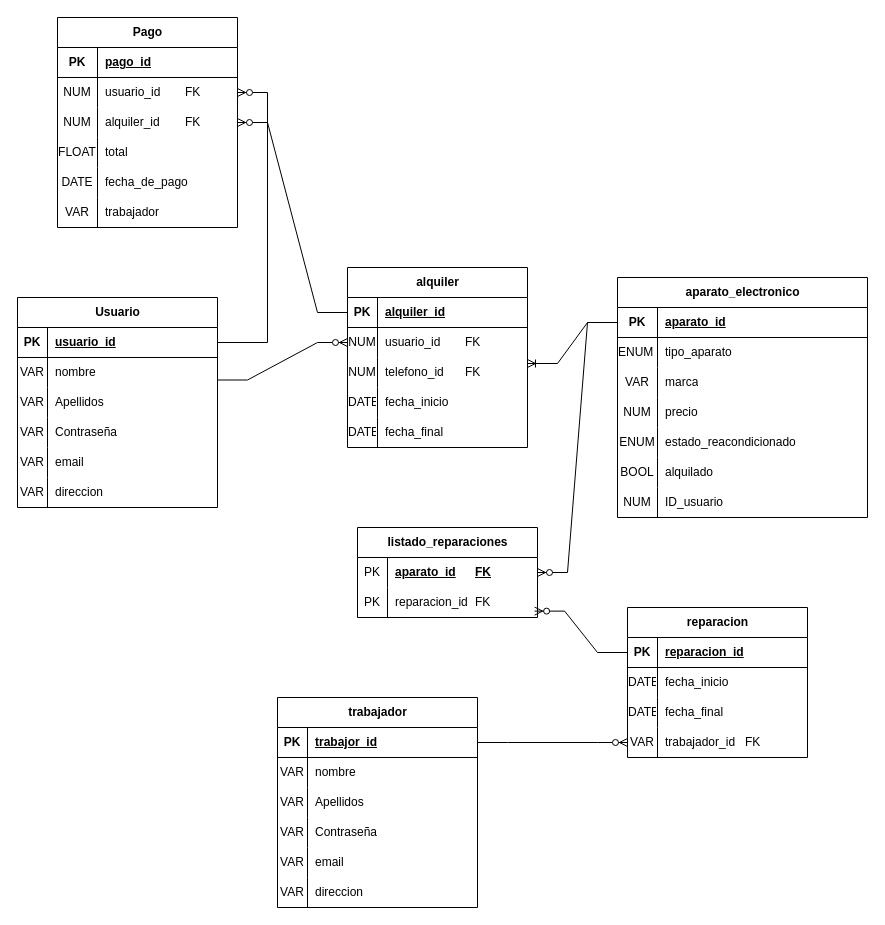
Before: datos/dale_otra_vida.drawio in Korrinton/dale_otra_vida, a draw.io diagram. Source tidied: cells renumbered, new cells numbered last; positions are measured from the earlier drawing's top-left corner, leaving out a move shared by most shapes. Both pictures are drawn from the tidied source at 100%, with x=0, y=0 at pixel (17, 17).
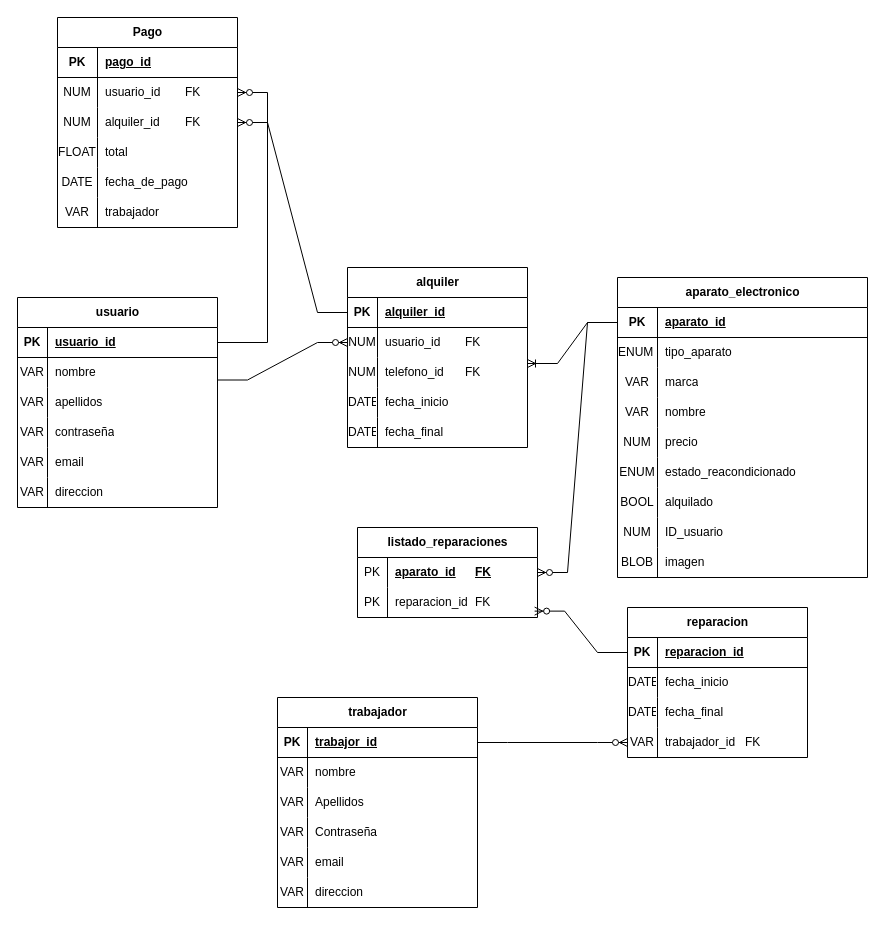
The same page after the edit.

The change refers to these unchanged cells:
```xml
<mxCell id="9" style="shape=tableRow;horizontal=0;startSize=0;swimlaneHead=0;swimlaneBody=0;fillColor=none;top=0;left=0;right=0;bottom=0;" parent="2" vertex="1">
  <mxGeometry y="90" width="200" height="30" as="geometry" />
</mxCell>
<mxCell id="12" style="shape=tableRow;horizontal=0;startSize=0;swimlaneHead=0;swimlaneBody=0;fillColor=none;top=0;left=0;right=0;bottom=0;" parent="2" vertex="1">
  <mxGeometry y="120" width="200" height="30" as="geometry" />
</mxCell>
```

The edit, as a diff of the source:
```diff
@@
-    <mxCell id="2" value="Usuario" style="shape=table;startSize=30;childLayout=tableLayout;rowLines=0;fontStyle=1;align=center;html=1;" parent="1" vertex="1">
+    <mxCell id="2" value="usuario" style="shape=table;startSize=30;childLayout=tableLayout;rowLines=0;fontStyle=1;align=center;html=1;" parent="1" vertex="1">
       <mxGeometry y="280" width="200" height="210" as="geometry" />
     </mxCell>
@@
-    <mxCell id="11" value="Apellidos" style="shape=partialRectangle;fillColor=none;top=0;left=0;bottom=0;right=0;align=left;spacingLeft=6;overflow=hidden;whiteSpace=wrap;html=1;" parent="9" vertex="1">
+    <mxCell id="11" value="apellidos" style="shape=partialRectangle;fillColor=none;top=0;left=0;bottom=0;right=0;align=left;spacingLeft=6;overflow=hidden;whiteSpace=wrap;html=1;" parent="9" vertex="1">
       <mxGeometry x="30" width="170" height="30" as="geometry" />
     </mxCell>
@@
-    <mxCell id="14" value="Contraseña" style="shape=partialRectangle;fillColor=none;top=0;left=0;bottom=0;right=0;align=left;spacingLeft=6;overflow=hidden;whiteSpace=wrap;html=1;" parent="12" vertex="1">
+    <mxCell id="14" value="contraseña" style="shape=partialRectangle;fillColor=none;top=0;left=0;bottom=0;right=0;align=left;spacingLeft=6;overflow=hidden;whiteSpace=wrap;html=1;" parent="12" vertex="1">
       <mxGeometry x="30" width="170" height="30" as="geometry" />
     </mxCell>
@@
     <mxCell id="21" value="aparato_electronico" style="shape=table;startSize=30;childLayout=tableLayout;rowLines=0;fontStyle=1;align=center;html=1;" parent="1" vertex="1">
-      <mxGeometry x="600" y="260" width="250" height="240" as="geometry" />
+      <mxGeometry x="600" y="260" width="250" height="300" as="geometry" />
     </mxCell>
@@
+    <mxCell id="124" style="shape=tableRow;horizontal=0;startSize=0;swimlaneHead=0;swimlaneBody=0;fillColor=none;top=0;left=0;right=0;bottom=0;" parent="21" vertex="1">
+      <mxGeometry y="120" width="250" height="30" as="geometry" />
+    </mxCell>
+    <mxCell id="125" value="VAR" style="shape=partialRectangle;fillColor=none;top=0;left=0;bottom=0;right=0;overflow=hidden;whiteSpace=wrap;html=1;" parent="124" vertex="1">
+      <mxGeometry width="40" height="30" as="geometry" />
+    </mxCell>
+    <mxCell id="126" value="nombre" style="shape=partialRectangle;fillColor=none;top=0;left=0;bottom=0;right=0;align=left;spacingLeft=6;overflow=hidden;whiteSpace=wrap;html=1;" parent="124" vertex="1">
+      <mxGeometry x="40" width="210" height="30" as="geometry" />
+    </mxCell>
     <mxCell id="31" style="shape=tableRow;horizontal=0;startSize=0;swimlaneHead=0;swimlaneBody=0;fillColor=none;top=0;left=0;right=0;bottom=0;" parent="21" vertex="1">
-      <mxGeometry y="120" width="250" height="30" as="geometry" />
+      <mxGeometry y="150" width="250" height="30" as="geometry" />
     </mxCell>
@@
     <mxCell id="34" style="shape=tableRow;horizontal=0;startSize=0;swimlaneHead=0;swimlaneBody=0;fillColor=none;top=0;left=0;right=0;bottom=0;" parent="21" vertex="1">
-      <mxGeometry y="150" width="250" height="30" as="geometry" />
+      <mxGeometry y="180" width="250" height="30" as="geometry" />
     </mxCell>
@@
     <mxCell id="37" style="shape=tableRow;horizontal=0;startSize=0;swimlaneHead=0;swimlaneBody=0;fillColor=none;top=0;left=0;right=0;bottom=0;" parent="21" vertex="1">
-      <mxGeometry y="180" width="250" height="30" as="geometry" />
+      <mxGeometry y="210" width="250" height="30" as="geometry" />
     </mxCell>
@@
     <mxCell id="40" style="shape=tableRow;horizontal=0;startSize=0;swimlaneHead=0;swimlaneBody=0;fillColor=none;top=0;left=0;right=0;bottom=0;" parent="21" vertex="1">
-      <mxGeometry y="210" width="250" height="30" as="geometry" />
+      <mxGeometry y="240" width="250" height="30" as="geometry" />
     </mxCell>
@@
+    <mxCell id="127" style="shape=tableRow;horizontal=0;startSize=0;swimlaneHead=0;swimlaneBody=0;fillColor=none;top=0;left=0;right=0;bottom=0;" parent="21" vertex="1">
+      <mxGeometry y="270" width="250" height="30" as="geometry" />
+    </mxCell>
+    <mxCell id="128" value="BLOB" style="shape=partialRectangle;fillColor=none;top=0;left=0;bottom=0;right=0;overflow=hidden;whiteSpace=wrap;html=1;" parent="127" vertex="1">
+      <mxGeometry width="40" height="30" as="geometry" />
+    </mxCell>
+    <mxCell id="129" value="imagen" style="shape=partialRectangle;fillColor=none;top=0;left=0;bottom=0;right=0;align=left;spacingLeft=6;overflow=hidden;whiteSpace=wrap;html=1;" parent="127" vertex="1">
+      <mxGeometry x="40" width="210" height="30" as="geometry" />
+    </mxCell>
```
